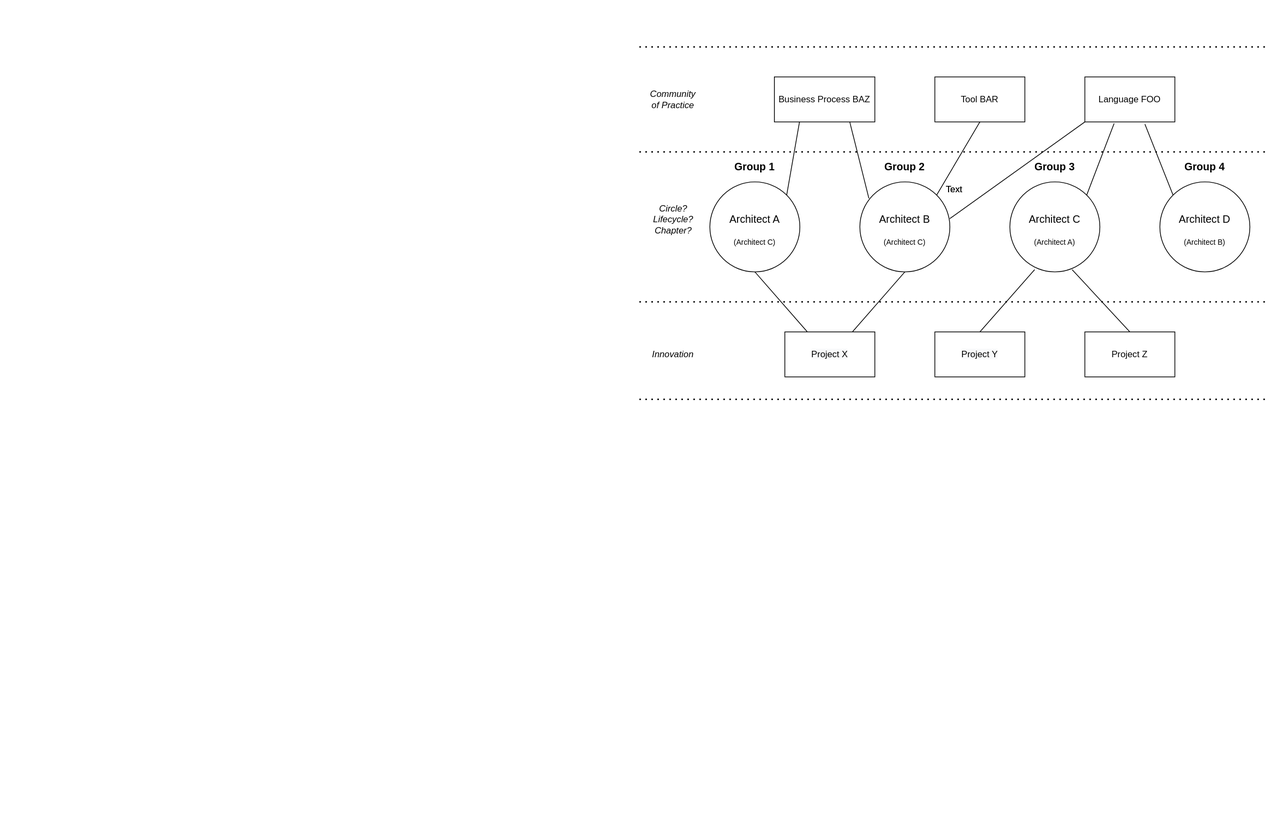
Earlier version of the draw.io export Architecture Ideas-Teams POV.svg (CrossEye/temp). Source tidied: cells renumbered, new cells last; positions are measured from the earlier drawing's top-left corner, leaving out a move shared by most shapes.
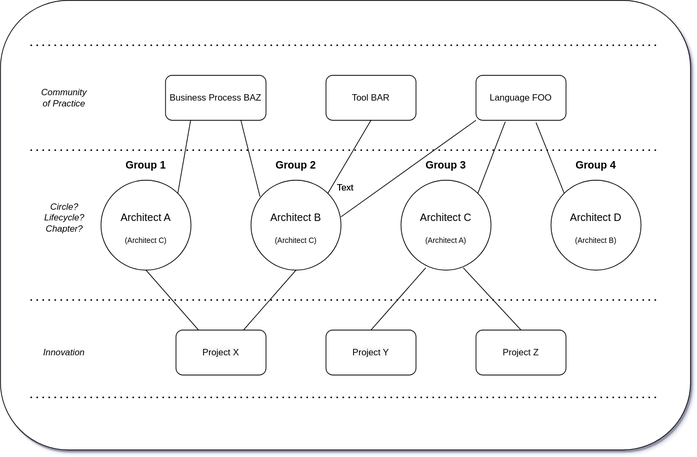
After the change.

Diff of the diagram source:
```diff
@@ -1,62 +1,65 @@
-<mxGraphModel>
+<mxGraphModel shadow="1">
   <root>
     <mxCell id="0" />
     <mxCell id="1" parent="0" />
+    <mxCell id="43" style="rounded=1;whiteSpace=wrap;html=1;shadow=1;" parent="1" vertex="1">
+      <mxGeometry x="-40" y="-60" width="920" height="600" as="geometry" />
+    </mxCell>
-    <mxCell id="2" style="ellipse;whiteSpace=wrap;html=1;" parent="1" vertex="1">
+    <mxCell id="2" style="ellipse;whiteSpace=wrap;html=1;rounded=1;" parent="1" vertex="1">
       <mxGeometry x="94" y="180" width="120" height="120" as="geometry" />
     </mxCell>
-    <mxCell id="3" style="ellipse;whiteSpace=wrap;html=1;" parent="1" vertex="1">
+    <mxCell id="3" style="ellipse;whiteSpace=wrap;html=1;rounded=1;" parent="1" vertex="1">
       <mxGeometry x="294" y="180" width="120" height="120" as="geometry" />
     </mxCell>
-    <mxCell id="4" style="ellipse;whiteSpace=wrap;html=1;" parent="1" vertex="1">
+    <mxCell id="4" style="ellipse;whiteSpace=wrap;html=1;rounded=1;" parent="1" vertex="1">
       <mxGeometry x="494" y="180" width="120" height="120" as="geometry" />
     </mxCell>
-    <mxCell id="5" style="ellipse;whiteSpace=wrap;html=1;" parent="1" vertex="1">
+    <mxCell id="5" style="ellipse;whiteSpace=wrap;html=1;rounded=1;" parent="1" vertex="1">
       <mxGeometry x="694" y="180" width="120" height="120" as="geometry" />
     </mxCell>
-    <mxCell id="6" value="&lt;b&gt;&lt;font style=&quot;font-size: 14px&quot;&gt;Group 1&lt;/font&gt;&lt;/b&gt;" style="text;html=1;strokeColor=none;fillColor=none;align=center;verticalAlign=middle;whiteSpace=wrap;rounded=0;" parent="1" vertex="1">
+    <mxCell id="6" value="&lt;b&gt;&lt;font style=&quot;font-size: 14px&quot;&gt;Group 1&lt;/font&gt;&lt;/b&gt;" style="text;html=1;strokeColor=none;fillColor=none;align=center;verticalAlign=middle;whiteSpace=wrap;rounded=1;" parent="1" vertex="1">
       <mxGeometry x="114" y="150" width="80" height="20" as="geometry" />
     </mxCell>
-    <mxCell id="7" value="&lt;b&gt;&lt;font style=&quot;font-size: 14px&quot;&gt;Group 2&lt;/font&gt;&lt;/b&gt;" style="text;html=1;strokeColor=none;fillColor=none;align=center;verticalAlign=middle;whiteSpace=wrap;rounded=0;" parent="1" vertex="1">
+    <mxCell id="7" value="&lt;b&gt;&lt;font style=&quot;font-size: 14px&quot;&gt;Group 2&lt;/font&gt;&lt;/b&gt;" style="text;html=1;strokeColor=none;fillColor=none;align=center;verticalAlign=middle;whiteSpace=wrap;rounded=1;" parent="1" vertex="1">
       <mxGeometry x="314" y="150" width="80" height="20" as="geometry" />
     </mxCell>
-    <mxCell id="8" value="&lt;b&gt;&lt;font style=&quot;font-size: 14px&quot;&gt;Group 3&lt;/font&gt;&lt;/b&gt;" style="text;html=1;strokeColor=none;fillColor=none;align=center;verticalAlign=middle;whiteSpace=wrap;rounded=0;" parent="1" vertex="1">
+    <mxCell id="8" value="&lt;b&gt;&lt;font style=&quot;font-size: 14px&quot;&gt;Group 3&lt;/font&gt;&lt;/b&gt;" style="text;html=1;strokeColor=none;fillColor=none;align=center;verticalAlign=middle;whiteSpace=wrap;rounded=1;" parent="1" vertex="1">
       <mxGeometry x="514" y="150" width="80" height="20" as="geometry" />
     </mxCell>
-    <mxCell id="9" value="&lt;b&gt;&lt;font style=&quot;font-size: 14px&quot;&gt;Group 4&lt;/font&gt;&lt;/b&gt;" style="text;html=1;strokeColor=none;fillColor=none;align=center;verticalAlign=middle;whiteSpace=wrap;rounded=0;" parent="1" vertex="1">
+    <mxCell id="9" value="&lt;b&gt;&lt;font style=&quot;font-size: 14px&quot;&gt;Group 4&lt;/font&gt;&lt;/b&gt;" style="text;html=1;strokeColor=none;fillColor=none;align=center;verticalAlign=middle;whiteSpace=wrap;rounded=1;" parent="1" vertex="1">
       <mxGeometry x="714" y="150" width="80" height="20" as="geometry" />
     </mxCell>
-    <mxCell id="10" value="&lt;font style=&quot;font-size: 14px&quot;&gt;Architect A&lt;/font&gt;" style="text;html=1;strokeColor=none;fillColor=none;align=center;verticalAlign=middle;whiteSpace=wrap;rounded=0;" parent="1" vertex="1">
+    <mxCell id="10" value="&lt;font style=&quot;font-size: 14px&quot;&gt;Architect A&lt;/font&gt;" style="text;html=1;strokeColor=none;fillColor=none;align=center;verticalAlign=middle;whiteSpace=wrap;rounded=1;" parent="1" vertex="1">
       <mxGeometry x="114" y="210" width="80" height="40" as="geometry" />
     </mxCell>
-    <mxCell id="11" value="&lt;font style=&quot;font-size: 14px&quot;&gt;Architect B&lt;/font&gt;" style="text;html=1;strokeColor=none;fillColor=none;align=center;verticalAlign=middle;whiteSpace=wrap;rounded=0;" parent="1" vertex="1">
+    <mxCell id="11" value="&lt;font style=&quot;font-size: 14px&quot;&gt;Architect B&lt;/font&gt;" style="text;html=1;strokeColor=none;fillColor=none;align=center;verticalAlign=middle;whiteSpace=wrap;rounded=1;" parent="1" vertex="1">
       <mxGeometry x="314" y="210" width="80" height="40" as="geometry" />
     </mxCell>
-    <mxCell id="12" value="&lt;font style=&quot;font-size: 14px&quot;&gt;Architect C&lt;/font&gt;" style="text;html=1;strokeColor=none;fillColor=none;align=center;verticalAlign=middle;whiteSpace=wrap;rounded=0;" parent="1" vertex="1">
+    <mxCell id="12" value="&lt;font style=&quot;font-size: 14px&quot;&gt;Architect C&lt;/font&gt;" style="text;html=1;strokeColor=none;fillColor=none;align=center;verticalAlign=middle;whiteSpace=wrap;rounded=1;" parent="1" vertex="1">
       <mxGeometry x="514" y="210" width="80" height="40" as="geometry" />
     </mxCell>
-    <mxCell id="13" value="&lt;font style=&quot;font-size: 14px&quot;&gt;Architect D&lt;/font&gt;" style="text;html=1;strokeColor=none;fillColor=none;align=center;verticalAlign=middle;whiteSpace=wrap;rounded=0;" parent="1" vertex="1">
+    <mxCell id="13" value="&lt;font style=&quot;font-size: 14px&quot;&gt;Architect D&lt;/font&gt;" style="text;html=1;strokeColor=none;fillColor=none;align=center;verticalAlign=middle;whiteSpace=wrap;rounded=1;" parent="1" vertex="1">
       <mxGeometry x="714" y="210" width="80" height="40" as="geometry" />
     </mxCell>
-    <mxCell id="14" value="&lt;font style=&quot;font-size: 10px&quot;&gt;(Architect C)&lt;/font&gt;" style="text;html=1;strokeColor=none;fillColor=none;align=center;verticalAlign=middle;whiteSpace=wrap;rounded=0;" parent="1" vertex="1">
+    <mxCell id="14" value="&lt;font style=&quot;font-size: 10px&quot;&gt;(Architect C)&lt;/font&gt;" style="text;html=1;strokeColor=none;fillColor=none;align=center;verticalAlign=middle;whiteSpace=wrap;rounded=1;" parent="1" vertex="1">
       <mxGeometry x="114" y="240" width="80" height="40" as="geometry" />
     </mxCell>
-    <mxCell id="15" value="&lt;font style=&quot;font-size: 10px&quot;&gt;(Architect C)&lt;/font&gt;" style="text;html=1;strokeColor=none;fillColor=none;align=center;verticalAlign=middle;whiteSpace=wrap;rounded=0;" parent="1" vertex="1">
+    <mxCell id="15" value="&lt;font style=&quot;font-size: 10px&quot;&gt;(Architect C)&lt;/font&gt;" style="text;html=1;strokeColor=none;fillColor=none;align=center;verticalAlign=middle;whiteSpace=wrap;rounded=1;" parent="1" vertex="1">
       <mxGeometry x="314" y="240" width="80" height="40" as="geometry" />
     </mxCell>
-    <mxCell id="16" value="&lt;font style=&quot;font-size: 10px&quot;&gt;(Architect A)&lt;/font&gt;" style="text;html=1;strokeColor=none;fillColor=none;align=center;verticalAlign=middle;whiteSpace=wrap;rounded=0;" parent="1" vertex="1">
+    <mxCell id="16" value="&lt;font style=&quot;font-size: 10px&quot;&gt;(Architect A)&lt;/font&gt;" style="text;html=1;strokeColor=none;fillColor=none;align=center;verticalAlign=middle;whiteSpace=wrap;rounded=1;" parent="1" vertex="1">
       <mxGeometry x="514" y="240" width="80" height="40" as="geometry" />
     </mxCell>
-    <mxCell id="17" value="&lt;font style=&quot;font-size: 10px&quot;&gt;(Architect B)&lt;/font&gt;" style="text;html=1;strokeColor=none;fillColor=none;align=center;verticalAlign=middle;whiteSpace=wrap;rounded=0;" parent="1" vertex="1">
+    <mxCell id="17" value="&lt;font style=&quot;font-size: 10px&quot;&gt;(Architect B)&lt;/font&gt;" style="text;html=1;strokeColor=none;fillColor=none;align=center;verticalAlign=middle;whiteSpace=wrap;rounded=1;" parent="1" vertex="1">
       <mxGeometry x="714" y="235" width="80" height="50" as="geometry" />
     </mxCell>
-    <mxCell id="18" value="Business Process BAZ" style="rounded=0;whiteSpace=wrap;html=1;" parent="1" vertex="1">
+    <mxCell id="18" value="Business Process BAZ" style="whiteSpace=wrap;html=1;rounded=1;" parent="1" vertex="1">
       <mxGeometry x="180" y="40" width="134" height="60" as="geometry" />
     </mxCell>
-    <mxCell id="19" value="Tool BAR" style="rounded=0;whiteSpace=wrap;html=1;" parent="1" vertex="1">
+    <mxCell id="19" value="Tool BAR" style="whiteSpace=wrap;html=1;rounded=1;" parent="1" vertex="1">
       <mxGeometry x="394" y="40" width="120" height="60" as="geometry" />
     </mxCell>
-    <mxCell id="20" value="Language FOO" style="rounded=0;whiteSpace=wrap;html=1;" parent="1" vertex="1">
+    <mxCell id="20" value="Language FOO" style="whiteSpace=wrap;html=1;rounded=1;" parent="1" vertex="1">
       <mxGeometry x="594" y="40" width="120" height="60" as="geometry" />
     </mxCell>
     <mxCell id="21" style="endArrow=none;html=1;entryX=0.75;entryY=1;entryDx=0;entryDy=0;exitX=0.1;exitY=0.183;exitDx=0;exitDy=0;exitPerimeter=0;" parent="1" edge="1" source="3" target="18">
@@ -77,13 +80,13 @@
     <mxCell id="26" style="endArrow=none;html=1;exitX=0;exitY=0;exitDx=0;exitDy=0;entryX=0.667;entryY=1.05;entryDx=0;entryDy=0;entryPerimeter=0;" parent="1" edge="1" source="5" target="20">
       <mxGeometry relative="1" as="geometry" />
     </mxCell>
-    <mxCell id="27" value="&#10;&#10;&lt;span style=&quot;color: rgb(0, 0, 0); font-family: helvetica; font-size: 12px; font-style: normal; font-weight: 400; letter-spacing: normal; text-align: center; text-indent: 0px; text-transform: none; word-spacing: 0px; background-color: rgb(248, 249, 250); display: inline; float: none;&quot;&gt;Project X&lt;/span&gt;&#10;&#10;" style="rounded=0;whiteSpace=wrap;html=1;" parent="1" vertex="1">
+    <mxCell id="27" value="&#10;&#10;&lt;span style=&quot;color: rgb(0, 0, 0); font-family: helvetica; font-size: 12px; font-style: normal; font-weight: 400; letter-spacing: normal; text-align: center; text-indent: 0px; text-transform: none; word-spacing: 0px; background-color: rgb(248, 249, 250); display: inline; float: none;&quot;&gt;Project X&lt;/span&gt;&#10;&#10;" style="whiteSpace=wrap;html=1;rounded=1;" parent="1" vertex="1">
       <mxGeometry x="194" y="380" width="120" height="60" as="geometry" />
     </mxCell>
-    <mxCell id="28" value="&lt;span style=&quot;color: rgb(0 , 0 , 0) ; font-family: &amp;#34;helvetica&amp;#34; ; font-size: 12px ; font-style: normal ; font-weight: 400 ; letter-spacing: normal ; text-align: center ; text-indent: 0px ; text-transform: none ; word-spacing: 0px ; background-color: rgb(248 , 249 , 250) ; display: inline ; float: none&quot;&gt;Project Y&lt;/span&gt;" style="rounded=0;whiteSpace=wrap;html=1;" parent="1" vertex="1">
+    <mxCell id="28" value="&lt;span style=&quot;color: rgb(0 , 0 , 0) ; font-family: &amp;#34;helvetica&amp;#34; ; font-size: 12px ; font-style: normal ; font-weight: 400 ; letter-spacing: normal ; text-align: center ; text-indent: 0px ; text-transform: none ; word-spacing: 0px ; background-color: rgb(248 , 249 , 250) ; display: inline ; float: none&quot;&gt;Project Y&lt;/span&gt;" style="whiteSpace=wrap;html=1;rounded=1;" parent="1" vertex="1">
       <mxGeometry x="394" y="380" width="120" height="60" as="geometry" />
     </mxCell>
-    <mxCell id="29" value="Project Z" style="rounded=0;whiteSpace=wrap;html=1;" parent="1" vertex="1">
+    <mxCell id="29" value="Project Z" style="whiteSpace=wrap;html=1;rounded=1;" parent="1" vertex="1">
       <mxGeometry x="594" y="380" width="120" height="60" as="geometry" />
     </mxCell>
     <mxCell id="30" style="endArrow=none;html=1;exitX=0.5;exitY=1;exitDx=0;exitDy=0;entryX=0.25;entryY=0;entryDx=0;entryDy=0;" parent="1" edge="1" source="2" target="27">
@@ -124,19 +127,19 @@
         <mxPoint x="840" y="470" as="targetPoint" />
       </mxGeometry>
     </mxCell>
-    <mxCell id="38" value="Text" style="text;html=1;strokeColor=none;fillColor=none;align=center;verticalAlign=middle;whiteSpace=wrap;rounded=0;" parent="1" vertex="1">
+    <mxCell id="38" value="Text" style="text;html=1;strokeColor=none;fillColor=none;align=center;verticalAlign=middle;whiteSpace=wrap;rounded=1;" parent="1" vertex="1">
       <mxGeometry x="400" y="180" width="40" height="20" as="geometry" />
     </mxCell>
-    <mxCell id="39" value="Text" style="text;html=1;strokeColor=none;fillColor=none;align=center;verticalAlign=middle;whiteSpace=wrap;rounded=0;" parent="1" vertex="1">
+    <mxCell id="39" value="Text" style="text;html=1;strokeColor=none;fillColor=none;align=center;verticalAlign=middle;whiteSpace=wrap;rounded=1;" parent="1" vertex="1">
       <mxGeometry x="400" y="180" width="40" height="20" as="geometry" />
     </mxCell>
-    <mxCell id="40" value="&lt;i&gt;Community of Practice&lt;/i&gt;" style="text;html=1;strokeColor=none;fillColor=none;align=center;verticalAlign=middle;whiteSpace=wrap;rounded=0;" parent="1" vertex="1">
+    <mxCell id="40" value="&lt;i&gt;Community of Practice&lt;/i&gt;" style="text;html=1;strokeColor=none;fillColor=none;align=center;verticalAlign=middle;whiteSpace=wrap;rounded=1;" parent="1" vertex="1">
       <mxGeometry x="25" y="60" width="40" height="20" as="geometry" />
     </mxCell>
-    <mxCell id="41" value="&lt;i&gt;Circle?&lt;br&gt;Lifecycle?&lt;br&gt;Chapter?&lt;br&gt;&lt;/i&gt;" style="text;html=1;strokeColor=none;fillColor=none;align=center;verticalAlign=middle;whiteSpace=wrap;rounded=0;" parent="1" vertex="1">
+    <mxCell id="41" value="&lt;i&gt;Circle?&lt;br&gt;Lifecycle?&lt;br&gt;Chapter?&lt;br&gt;&lt;/i&gt;" style="text;html=1;strokeColor=none;fillColor=none;align=center;verticalAlign=middle;whiteSpace=wrap;rounded=1;" parent="1" vertex="1">
       <mxGeometry x="22.5" y="220" width="45" height="20" as="geometry" />
     </mxCell>
-    <mxCell id="42" value="&lt;i&gt;Innovation&lt;/i&gt;" style="text;html=1;strokeColor=none;fillColor=none;align=center;verticalAlign=middle;whiteSpace=wrap;rounded=0;" parent="1" vertex="1">
+    <mxCell id="42" value="&lt;i&gt;Innovation&lt;/i&gt;" style="text;html=1;strokeColor=none;fillColor=none;align=center;verticalAlign=middle;whiteSpace=wrap;rounded=1;" parent="1" vertex="1">
       <mxGeometry x="25" y="400" width="40" height="20" as="geometry" />
     </mxCell>
   </root>
```
